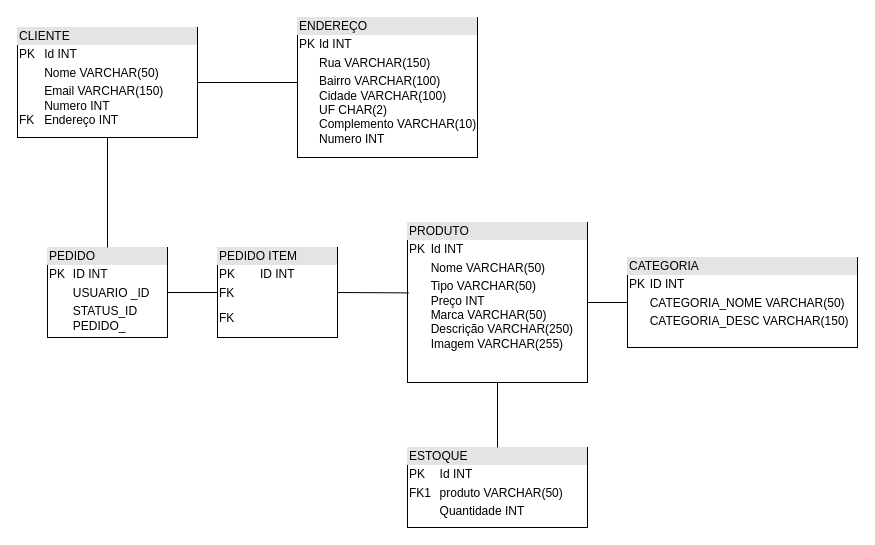
The draw.io diagram Diagrama sem nome.drawio in Erick-Simas/projeto-tsi-awc, before the edit. Source tidied: cells renumbered, new cells numbered last; positions are measured from the earlier drawing's top-left corner, leaving out a move shared by most shapes. Both pictures are drawn from the tidied source at 100%, with x=0, y=0 at pixel (17, 17).
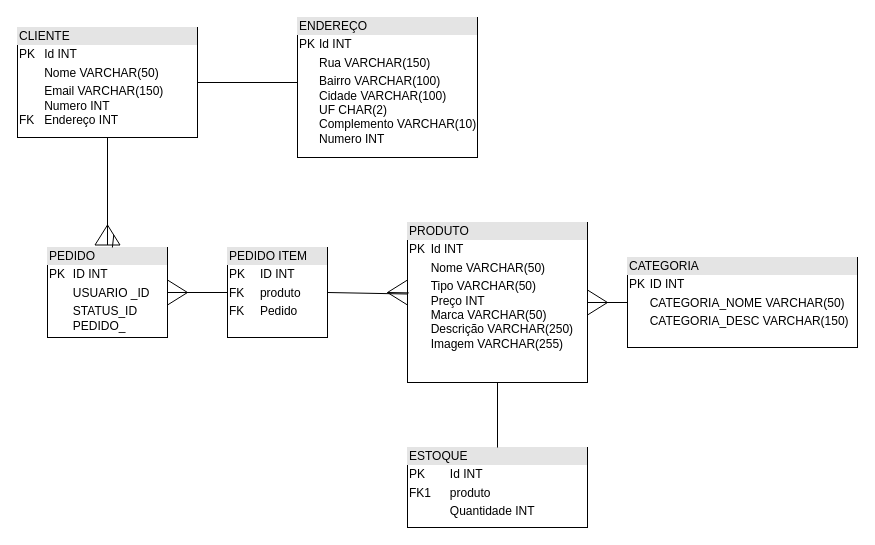
Above is the later version.

The change refers to these unchanged cells:
```xml
<mxCell id="2" value="&lt;div style=&quot;box-sizing:border-box;width:100%;background:#e4e4e4;padding:2px;&quot;&gt;CLIENTE&lt;/div&gt;&lt;table style=&quot;width:100%;font-size:1em;&quot; cellpadding=&quot;2&quot; cellspacing=&quot;0&quot;&gt;&lt;tbody&gt;&lt;tr&gt;&lt;td&gt;PK&lt;/td&gt;&lt;td&gt;Id INT&lt;/td&gt;&lt;/tr&gt;&lt;tr&gt;&lt;td&gt;&lt;br&gt;&lt;/td&gt;&lt;td&gt;Nome VARCHAR(50)&lt;/td&gt;&lt;/tr&gt;&lt;tr&gt;&lt;td&gt;&lt;br&gt;&lt;br&gt;FK&lt;/td&gt;&lt;td&gt;Email VARCHAR(150)&lt;br&gt;Numero INT&lt;br&gt;Endereço INT&lt;/td&gt;&lt;/tr&gt;&lt;/tbody&gt;&lt;/table&gt;" style="verticalAlign=top;align=left;overflow=fill;html=1;" parent="1" vertex="1">
  <mxGeometry y="10" width="180" height="110" as="geometry" />
</mxCell>
<mxCell id="4" value="&lt;div style=&quot;box-sizing:border-box;width:100%;background:#e4e4e4;padding:2px;&quot;&gt;PRODUTO&lt;/div&gt;&lt;table style=&quot;width:100%;font-size:1em;&quot; cellpadding=&quot;2&quot; cellspacing=&quot;0&quot;&gt;&lt;tbody&gt;&lt;tr&gt;&lt;td&gt;PK&lt;/td&gt;&lt;td&gt;Id INT&lt;/td&gt;&lt;/tr&gt;&lt;tr&gt;&lt;td&gt;&lt;br&gt;&lt;/td&gt;&lt;td&gt;Nome VARCHAR(50)&lt;/td&gt;&lt;/tr&gt;&lt;tr&gt;&lt;td&gt;&lt;/td&gt;&lt;td&gt;Tipo VARCHAR(50)&lt;br&gt;Preço INT&lt;br&gt;Marca VARCHAR(50)&lt;br&gt;Descrição VARCHAR(250)&lt;br&gt;Imagem VARCHAR(255)&lt;br&gt;&lt;br&gt;&lt;br&gt;&lt;/td&gt;&lt;/tr&gt;&lt;/tbody&gt;&lt;/table&gt;" style="verticalAlign=top;align=left;overflow=fill;html=1;" parent="1" vertex="1">
  <mxGeometry x="390" y="205" width="180" height="160" as="geometry" />
</mxCell>
<mxCell id="7" value="&lt;div style=&quot;box-sizing:border-box;width:100%;background:#e4e4e4;padding:2px;&quot;&gt;CATEGORIA&lt;/div&gt;&lt;table style=&quot;width:100%;font-size:1em;&quot; cellpadding=&quot;2&quot; cellspacing=&quot;0&quot;&gt;&lt;tbody&gt;&lt;tr&gt;&lt;td&gt;PK&lt;/td&gt;&lt;td&gt;ID INT&lt;/td&gt;&lt;/tr&gt;&lt;tr&gt;&lt;td&gt;&lt;br&gt;&lt;/td&gt;&lt;td&gt;CATEGORIA_NOME VARCHAR(50)&lt;/td&gt;&lt;/tr&gt;&lt;tr&gt;&lt;td&gt;&lt;/td&gt;&lt;td&gt;CATEGORIA_DESC VARCHAR(150)&lt;br&gt;&lt;br&gt;&lt;/td&gt;&lt;/tr&gt;&lt;/tbody&gt;&lt;/table&gt;" style="verticalAlign=top;align=left;overflow=fill;html=1;" parent="1" vertex="1">
  <mxGeometry x="610" y="240" width="230" height="90" as="geometry" />
</mxCell>
<mxCell id="8" value="&lt;div style=&quot;box-sizing:border-box;width:100%;background:#e4e4e4;padding:2px;&quot;&gt;PEDIDO&lt;/div&gt;&lt;table style=&quot;width:100%;font-size:1em;&quot; cellpadding=&quot;2&quot; cellspacing=&quot;0&quot;&gt;&lt;tbody&gt;&lt;tr&gt;&lt;td&gt;PK&lt;/td&gt;&lt;td&gt;ID INT&lt;/td&gt;&lt;/tr&gt;&lt;tr&gt;&lt;td&gt;&lt;br&gt;&lt;/td&gt;&lt;td&gt;USUARIO _ID&lt;/td&gt;&lt;/tr&gt;&lt;tr&gt;&lt;td&gt;&lt;/td&gt;&lt;td&gt;STATUS_ID&lt;br&gt;PEDIDO_&lt;br&gt;&lt;br&gt;&lt;/td&gt;&lt;/tr&gt;&lt;/tbody&gt;&lt;/table&gt;" style="verticalAlign=top;align=left;overflow=fill;html=1;" parent="1" vertex="1">
  <mxGeometry x="30" y="230" width="120" height="90" as="geometry" />
</mxCell>
```

The edit, as a diff of the source:
```diff
@@
+    <mxCell id="15" style="triangle;whiteSpace=wrap;html=1;rotation=-90;" parent="1" vertex="1">
+      <mxGeometry x="80" y="205" width="20" height="25" as="geometry" />
+    </mxCell>
+    <mxCell id="16" style="triangle;whiteSpace=wrap;html=1;rotation=0;" parent="1" vertex="1">
+      <mxGeometry x="570" y="272.5" width="20" height="25" as="geometry" />
+    </mxCell>
+    <mxCell id="17" style="triangle;whiteSpace=wrap;html=1;rotation=-180;" parent="1" vertex="1">
+      <mxGeometry x="370" y="262.5" width="20" height="25" as="geometry" />
+    </mxCell>
+    <mxCell id="18" style="triangle;whiteSpace=wrap;html=1;" parent="1" vertex="1">
+      <mxGeometry x="150" y="262.5" width="20" height="25" as="geometry" />
+    </mxCell>
@@
-    <mxCell id="5" value="&lt;div style=&quot;box-sizing:border-box;width:100%;background:#e4e4e4;padding:2px;&quot;&gt;ESTOQUE&lt;/div&gt;&lt;table style=&quot;width:100%;font-size:1em;&quot; cellpadding=&quot;2&quot; cellspacing=&quot;0&quot;&gt;&lt;tbody&gt;&lt;tr&gt;&lt;td&gt;PK&lt;/td&gt;&lt;td&gt;Id INT&lt;br&gt;&lt;/td&gt;&lt;/tr&gt;&lt;tr&gt;&lt;td&gt;FK1&lt;/td&gt;&lt;td&gt;produto VARCHAR(50)&lt;/td&gt;&lt;/tr&gt;&lt;tr&gt;&lt;td&gt;&lt;/td&gt;&lt;td&gt;Quantidade INT&lt;/td&gt;&lt;/tr&gt;&lt;/tbody&gt;&lt;/table&gt;" style="verticalAlign=top;align=left;overflow=fill;html=1;" parent="1" vertex="1">
+    <mxCell id="5" value="&lt;div style=&quot;box-sizing:border-box;width:100%;background:#e4e4e4;padding:2px;&quot;&gt;ESTOQUE&lt;/div&gt;&lt;table style=&quot;width:100%;font-size:1em;&quot; cellpadding=&quot;2&quot; cellspacing=&quot;0&quot;&gt;&lt;tbody&gt;&lt;tr&gt;&lt;td&gt;PK&lt;/td&gt;&lt;td&gt;Id INT&lt;br&gt;&lt;/td&gt;&lt;/tr&gt;&lt;tr&gt;&lt;td&gt;FK1&lt;/td&gt;&lt;td&gt;produto&lt;/td&gt;&lt;/tr&gt;&lt;tr&gt;&lt;td&gt;&lt;/td&gt;&lt;td&gt;Quantidade INT&lt;/td&gt;&lt;/tr&gt;&lt;/tbody&gt;&lt;/table&gt;" style="verticalAlign=top;align=left;overflow=fill;html=1;" parent="1" vertex="1">
       <mxGeometry x="390" y="430" width="180" height="80" as="geometry" />
     </mxCell>
@@
-    <mxCell id="9" style="endArrow=none;html=1;rounded=0;entryX=0.5;entryY=1;entryDx=0;entryDy=0;" parent="1" edge="1" source="8" target="2">
+    <mxCell id="9" style="endArrow=none;html=1;rounded=0;entryX=0.5;entryY=1;entryDx=0;entryDy=0;startArrow=none;exitX=0;exitY=0.5;exitDx=0;exitDy=0;" parent="1" edge="1" source="15" target="2">
       <mxGeometry relative="1" as="geometry" />
     </mxCell>
-    <mxCell id="10" style="endArrow=none;html=1;rounded=0;exitX=1;exitY=0.5;exitDx=0;exitDy=0;entryX=0.007;entryY=0.44;entryDx=0;entryDy=0;entryPerimeter=0;startArrow=none;" parent="1" edge="1" source="14" target="4">
+    <mxCell id="10" style="endArrow=none;html=1;rounded=0;exitX=1;exitY=0.5;exitDx=0;exitDy=0;entryX=0.007;entryY=0.44;entryDx=0;entryDy=0;entryPerimeter=0;startArrow=none;" parent="1" edge="1" source="17" target="4">
       <mxGeometry relative="1" as="geometry" />
     </mxCell>
-    <mxCell id="11" style="endArrow=none;html=1;rounded=0;" parent="1" edge="1" source="7" target="4">
+    <mxCell id="11" style="endArrow=none;html=1;rounded=0;startArrow=none;" parent="1" edge="1" source="16" target="4">
       <mxGeometry relative="1" as="geometry" />
     </mxCell>
@@
-    <mxCell id="13" style="endArrow=none;html=1;rounded=0;exitX=1;exitY=0.5;exitDx=0;exitDy=0;entryX=0;entryY=0.5;entryDx=0;entryDy=0;" parent="1" edge="1" source="8" target="14">
-      <mxGeometry relative="1" as="geometry" />
+    <mxCell id="13" style="endArrow=none;html=1;rounded=0;entryX=0;entryY=0.5;entryDx=0;entryDy=0;startArrow=none;" parent="1" edge="1" target="14">
+      <mxGeometry relative="1" as="geometry">
+        <mxPoint x="150" y="275" as="sourcePoint" />
+      </mxGeometry>
     </mxCell>
-    <mxCell id="14" value="&lt;div style=&quot;box-sizing:border-box;width:100%;background:#e4e4e4;padding:2px;&quot;&gt;PEDIDO ITEM&lt;/div&gt;&lt;table style=&quot;width:100%;font-size:1em;&quot; cellpadding=&quot;2&quot; cellspacing=&quot;0&quot;&gt;&lt;tbody&gt;&lt;tr&gt;&lt;td&gt;PK&lt;/td&gt;&lt;td&gt;ID INT&lt;/td&gt;&lt;/tr&gt;&lt;tr&gt;&lt;td&gt;FK&lt;/td&gt;&lt;td&gt;&lt;br&gt;&lt;/td&gt;&lt;/tr&gt;&lt;tr&gt;&lt;td&gt;FK&lt;/td&gt;&lt;td&gt;&lt;br&gt;&lt;br&gt;&lt;/td&gt;&lt;/tr&gt;&lt;/tbody&gt;&lt;/table&gt;" style="verticalAlign=top;align=left;overflow=fill;html=1;" parent="1" vertex="1">
-      <mxGeometry x="200" y="230" width="120" height="90" as="geometry" />
+    <mxCell id="14" value="&lt;div style=&quot;box-sizing:border-box;width:100%;background:#e4e4e4;padding:2px;&quot;&gt;PEDIDO ITEM&lt;/div&gt;&lt;table style=&quot;width:100%;font-size:1em;&quot; cellpadding=&quot;2&quot; cellspacing=&quot;0&quot;&gt;&lt;tbody&gt;&lt;tr&gt;&lt;td&gt;PK&lt;/td&gt;&lt;td&gt;ID INT&lt;/td&gt;&lt;/tr&gt;&lt;tr&gt;&lt;td&gt;FK&lt;/td&gt;&lt;td&gt;produto&lt;/td&gt;&lt;/tr&gt;&lt;tr&gt;&lt;td&gt;FK&lt;/td&gt;&lt;td&gt;Pedido&amp;nbsp;&lt;br&gt;&lt;/td&gt;&lt;/tr&gt;&lt;/tbody&gt;&lt;/table&gt;" style="verticalAlign=top;align=left;overflow=fill;html=1;" parent="1" vertex="1">
+      <mxGeometry x="210" y="230" width="100" height="90" as="geometry" />
     </mxCell>
+    <mxCell id="19" style="endArrow=none;html=1;rounded=0;exitX=1;exitY=0.5;exitDx=0;exitDy=0;entryX=0;entryY=0.5;entryDx=0;entryDy=0;" parent="1" edge="1" source="8" target="18">
+      <mxGeometry relative="1" as="geometry" />
+    </mxCell>
+    <mxCell id="20" style="endArrow=none;html=1;rounded=0;exitX=1;exitY=0.5;exitDx=0;exitDy=0;entryX=0.007;entryY=0.44;entryDx=0;entryDy=0;entryPerimeter=0;startArrow=none;" parent="1" edge="1" source="14" target="17">
+      <mxGeometry relative="1" as="geometry" />
+    </mxCell>
+    <mxCell id="21" style="endArrow=none;html=1;rounded=0;" parent="1" edge="1" source="7">
+      <mxGeometry relative="1" as="geometry">
+        <mxPoint x="570" y="285" as="targetPoint" />
+      </mxGeometry>
+    </mxCell>
+    <mxCell id="22" style="endArrow=none;html=1;rounded=0;entryX=0.5;entryY=1;entryDx=0;entryDy=0;" parent="1" edge="1" source="8" target="15">
+      <mxGeometry relative="1" as="geometry" />
+    </mxCell>
```
